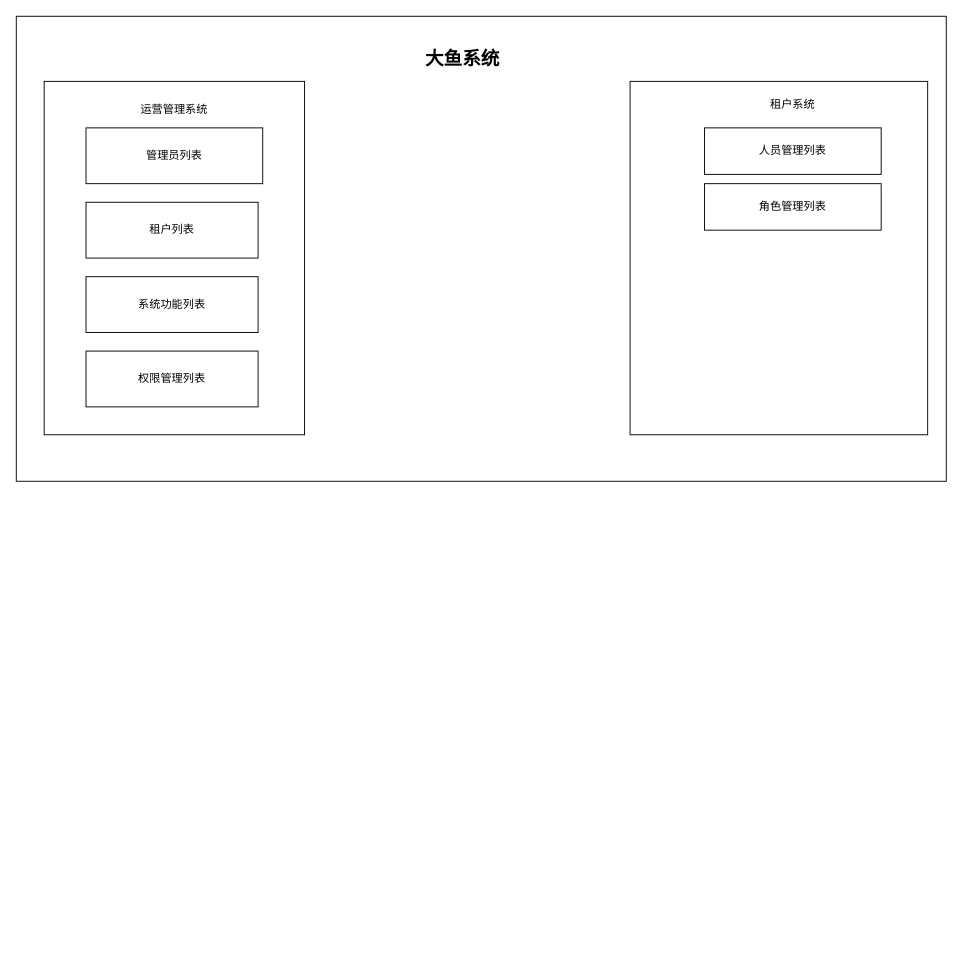
Above: 大鱼系统.drawio in wushengqiang/mydoc (draw.io), before the change. Source tidied: cells renumbered, new cells numbered last; positions are measured from the earlier drawing's top-left corner, leaving out a move shared by most shapes. Both pictures are drawn from the tidied source at 93%, with x=0, y=0 at pixel (16, 16).
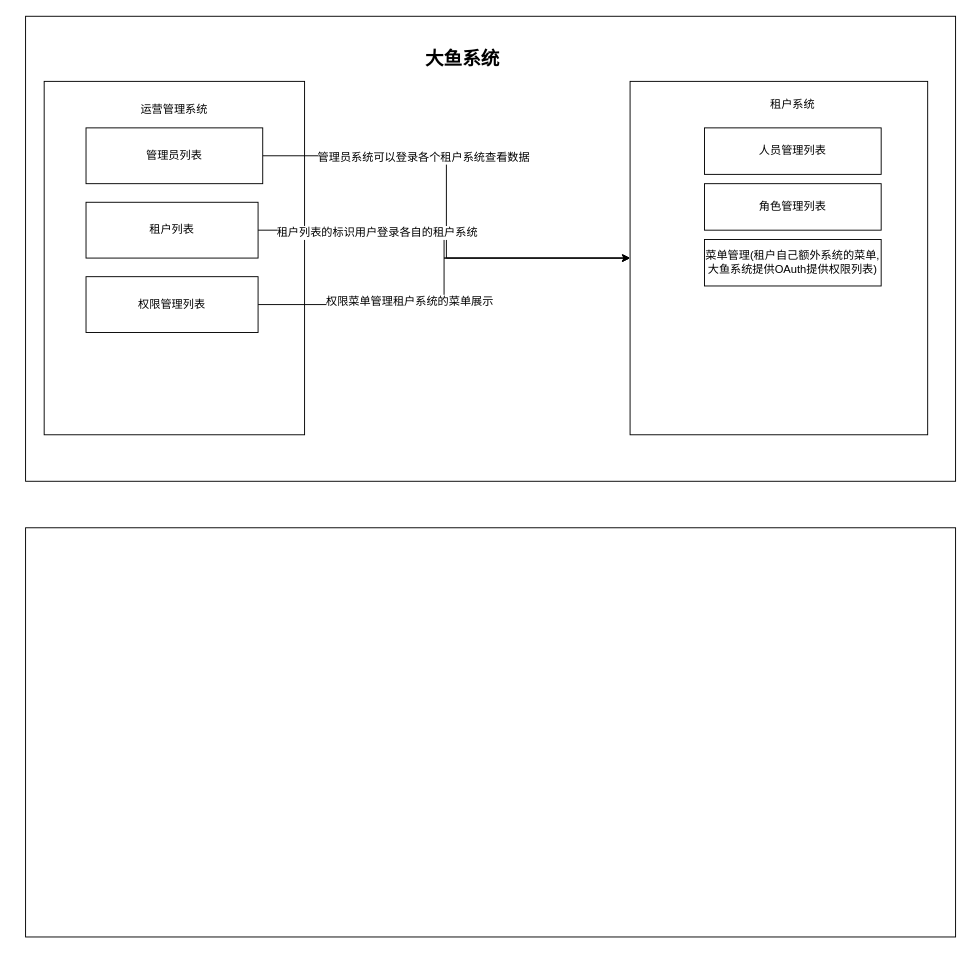
Above is the later version.

Commit message (it also covers changes not shown here):
更新大鱼系统.drawio

The change refers to these unchanged cells:
```xml
<mxCell id="5" style="rounded=0;whiteSpace=wrap;html=1;" parent="1" vertex="1">
  <mxGeometry x="660" y="70" width="320" height="380" as="geometry" />
</mxCell>
<mxCell id="8" value="管理员列表" style="rounded=0;whiteSpace=wrap;html=1;" parent="1" vertex="1">
  <mxGeometry x="75" y="120" width="190" height="60" as="geometry" />
</mxCell>
<mxCell id="9" value="租户列表" style="rounded=0;whiteSpace=wrap;html=1;" parent="1" vertex="1">
  <mxGeometry x="75" y="200" width="185" height="60" as="geometry" />
</mxCell>
```

Change to the diagram source:
```diff
@@
     <mxCell id="2" style="rounded=0;whiteSpace=wrap;html=1;" parent="1" vertex="1">
-      <mxGeometry width="1000" height="500" as="geometry" />
+      <mxGeometry x="10" width="1000" height="500" as="geometry" />
     </mxCell>
@@
+    <mxCell id="14" style="edgeStyle=orthogonalEdgeStyle;rounded=0;jettySize=auto;html=1;exitX=1;exitY=0.5;exitDx=0;exitDy=0;entryX=0;entryY=0.5;entryDx=0;entryDy=0;" parent="1" edge="1" source="8" target="5">
+      <mxGeometry relative="1" as="geometry" />
+    </mxCell>
+    <mxCell id="15" value="管理员系统可以登录各个租户系统查看数据" style="text;html=1;align=center;verticalAlign=middle;labelBackgroundColor=#ffffff;" parent="14" vertex="1">
+      <mxGeometry x="-0.32" y="-1" relative="1" as="geometry" />
+    </mxCell>
@@
+    <mxCell id="16" style="edgeStyle=orthogonalEdgeStyle;rounded=0;jettySize=auto;html=1;entryX=0;entryY=0.5;entryDx=0;entryDy=0;" parent="1" edge="1" source="9" target="5">
+      <mxGeometry relative="1" as="geometry" />
+    </mxCell>
+    <mxCell id="17" value="租户列表的标识用户登录各自的租户系统" style="text;html=1;align=center;verticalAlign=middle;labelBackgroundColor=#ffffff;" parent="16" vertex="1">
+      <mxGeometry x="-0.41" y="-2" relative="1" as="geometry" />
+    </mxCell>
@@
+    <mxCell id="18" style="edgeStyle=orthogonalEdgeStyle;rounded=0;jettySize=auto;html=1;entryX=0;entryY=0.5;entryDx=0;entryDy=0;" parent="1" edge="1" source="10" target="5">
+      <mxGeometry relative="1" as="geometry" />
+    </mxCell>
+    <mxCell id="19" value="权限菜单管理租户系统的菜单展示" style="text;html=1;align=center;verticalAlign=middle;labelBackgroundColor=#ffffff;" parent="18" vertex="1">
+      <mxGeometry x="-0.28" y="4" relative="1" as="geometry" />
+    </mxCell>
-    <mxCell id="10" value="系统功能列表" style="rounded=0;whiteSpace=wrap;html=1;" parent="1" vertex="1">
+    <mxCell id="10" value="权限管理列表" style="rounded=0;whiteSpace=wrap;html=1;" parent="1" vertex="1">
       <mxGeometry x="75" y="280" width="185" height="60" as="geometry" />
     </mxCell>
-    <mxCell id="11" value="权限管理列表" style="rounded=0;whiteSpace=wrap;html=1;" parent="1" vertex="1">
-      <mxGeometry x="75" y="360" width="185" height="60" as="geometry" />
-    </mxCell>
@@
+    <mxCell id="20" value="菜单管理(租户自己额外系统的菜单,大鱼系统提供OAuth提供权限列表)" style="rounded=0;whiteSpace=wrap;html=1;" parent="1" vertex="1">
+      <mxGeometry x="740" y="240" width="190" height="50" as="geometry" />
+    </mxCell>
+    <mxCell id="21" style="rounded=0;whiteSpace=wrap;html=1;" parent="1" vertex="1">
+      <mxGeometry x="10" y="550" width="1000" height="440" as="geometry" />
+    </mxCell>
```
